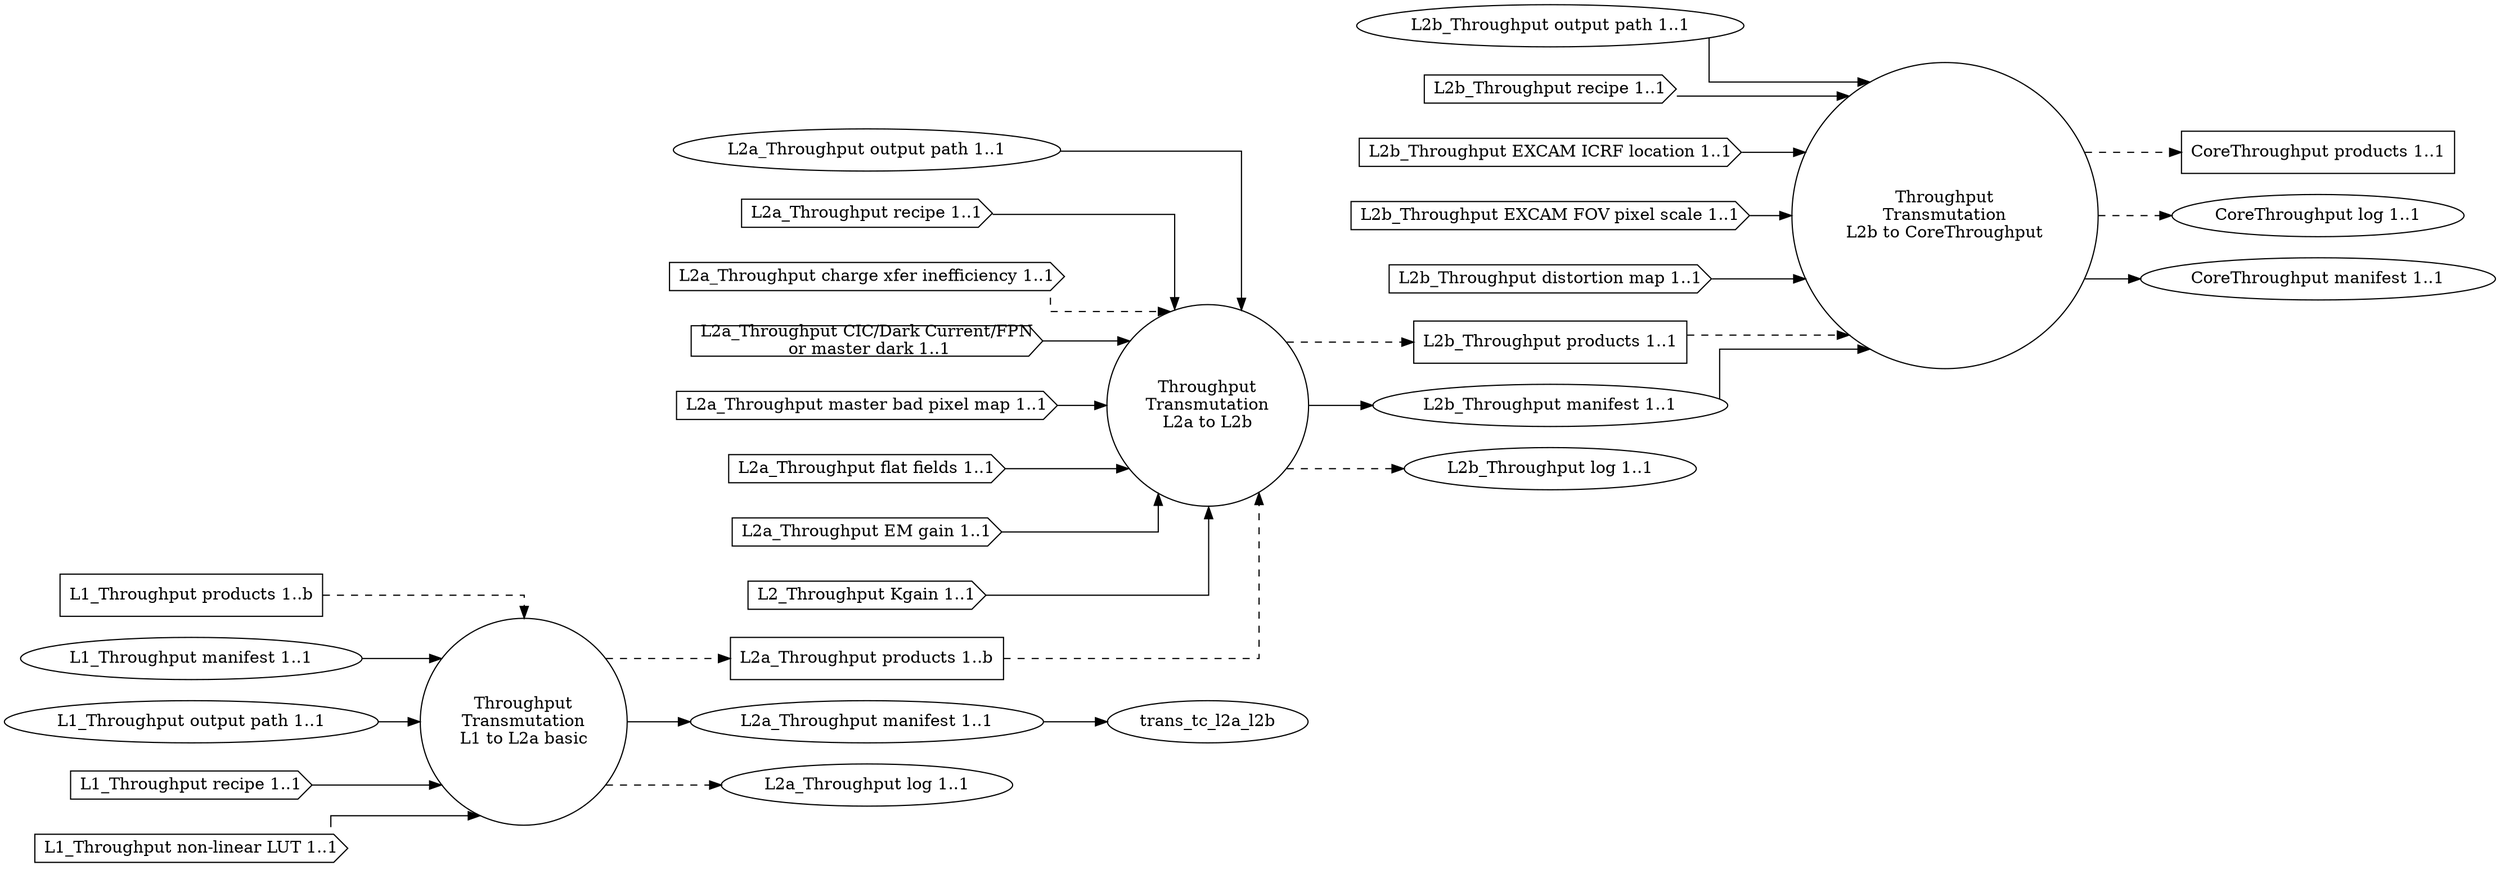
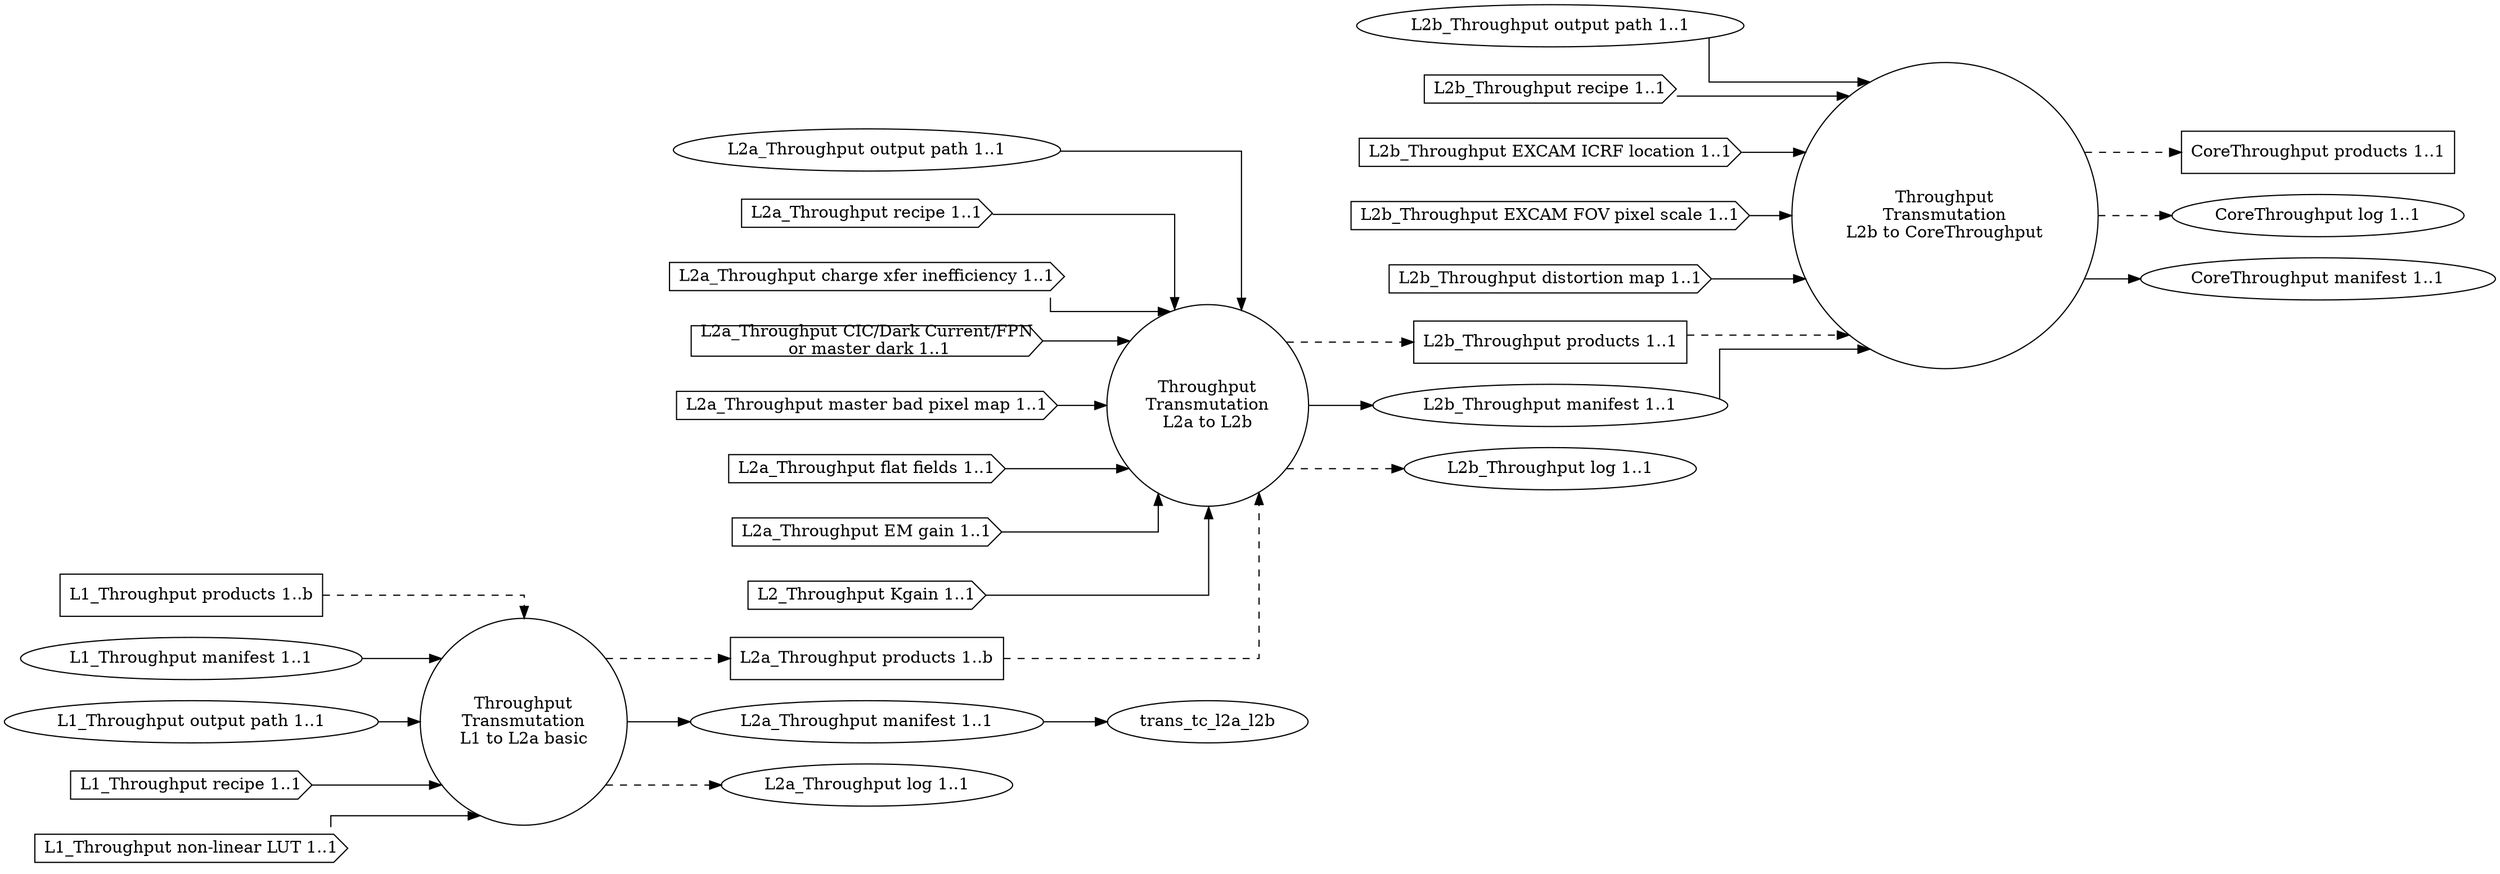
digraph Throughput
{
  graph [splines="ortho", rankdir=LR];

  trans_tp_l1_l2a_basic [label="Throughput\nTransmutation\nL1 to L2a basic", shape="circle"];
  trans_tp_l2a_l2b [label="Throughput\nTransmutation\nL2a to L2b", shape="circle"];
  trans_tp_l2b_ctp [label="Throughput\nTransmutation\nL2b to CoreThroughput", shape="circle"];

  l1_tp_prod [label="L1_Throughput products 1..b", shape="rectangle"];
  l1_tp_man [label="L1_Throughput manifest 1..1", shape="ellipse"];
  l1_tp_odir [label="L1_Throughput output path 1..1", shape="ellipse"];
  l1_tp_rec [label="L1_Throughput recipe 1..1", shape="cds"];
  l1_tp_nllut [label="L1_Throughput non-linear LUT 1..1", shape="cds"];

  l2a_tp_prod [label="L2a_Throughput products 1..b", shape="rectangle"];
  l2a_tp_man [label="L2a_Throughput manifest 1..1", shape="ellipse"];
  l2a_tp_odir [label="L2a_Throughput output path 1..1", shape="ellipse"];
  l2a_tp_rec [label="L2a_Throughput recipe 1..1", shape="cds"];
  l2a_tp_cti [label="L2a_Throughput charge xfer inefficiency 1..1", shape="cds"];
  l2a_tp_dnb [label="L2a_Throughput CIC/Dark Current/FPN\n or master dark 1..1", shape="cds"];
  l2a_tp_mbpm [label="L2a_Throughput master bad pixel map 1..1", shape="cds"];
  l2a_tp_ff [label="L2a_Throughput flat fields 1..1", shape="cds"];
  l2a_tp_emg [label="L2a_Throughput EM gain 1..1", shape="cds"];
  l2a_tp_kgain [label="L2_Throughput Kgain 1..1", shape="cds"];
  l2a_tp_log [label="L2a_Throughput log 1..1", shape="ellipse"];

  l2b_tp_prod [label="L2b_Throughput products 1..1", shape="rectangle"];
  l2b_tp_man [label="L2b_Throughput manifest 1..1", shape="ellipse"];
  l2b_tp_odir [label="L2b_Throughput output path 1..1", shape="ellipse"];
  l2b_tp_rec [label="L2b_Throughput recipe 1..1", shape="cds"];
  l2b_tp_excicrf [label="L2b_Throughput EXCAM ICRF location 1..1", shape="cds"];
  l2b_tp_excfovps [label="L2b_Throughput EXCAM FOV pixel scale 1..1", shape="cds"];
  l2b_tp_distm [label="L2b_Throughput distortion map 1..1", shape="cds"];
  l2b_tp_log [label="L2b_Throughput log 1..1", shape="ellipse"];

  ctp_prod [label="CoreThroughput products 1..1", shape="rectangle"];
  ctp_log [label="CoreThroughput log 1..1", shape="ellipse"];
  ctp_man [label="CoreThroughput manifest 1..1", shape="ellipse"];

  l1_tp_prod -> trans_tp_l1_l2a_basic [style="dashed"];
  l1_tp_man -> trans_tp_l1_l2a_basic;
  l1_tp_odir -> trans_tp_l1_l2a_basic;
  l1_tp_rec -> trans_tp_l1_l2a_basic;
  l1_tp_nllut -> trans_tp_l1_l2a_basic;

  trans_tp_l1_l2a_basic -> l2a_tp_prod [style="dashed"];
  trans_tp_l1_l2a_basic -> l2a_tp_man;
  trans_tp_l1_l2a_basic -> l2a_tp_log [style="dashed"];

  l2a_tp_prod -> trans_tp_l2a_l2b [style="dashed"];
  l2a_tp_kgain -> trans_tp_l2a_l2b;
  l2a_tp_odir -> trans_tp_l2a_l2b;
  l2a_tp_rec -> trans_tp_l2a_l2b;
-   l2a_tp_cti -> trans_tp_l2a_l2b [style="dashed"];
+   l2a_tp_cti -> trans_tp_l2a_l2b;
  l2a_tp_dnb -> trans_tp_l2a_l2b;
  l2a_tp_mbpm -> trans_tp_l2a_l2b;
  l2a_tp_ff -> trans_tp_l2a_l2b;
  l2a_tp_emg -> trans_tp_l2a_l2b;
  l2a_tp_man -> trans_tc_l2a_l2b;

  trans_tp_l2a_l2b -> l2b_tp_prod [style="dashed"];
  trans_tp_l2a_l2b -> l2b_tp_log [style="dashed"];
  trans_tp_l2a_l2b -> l2b_tp_man;

  l2b_tp_prod -> trans_tp_l2b_ctp [style="dashed"];
  l2b_tp_man -> trans_tp_l2b_ctp;
  l2b_tp_odir -> trans_tp_l2b_ctp;
  l2b_tp_rec -> trans_tp_l2b_ctp;
  l2b_tp_excicrf -> trans_tp_l2b_ctp;
  l2b_tp_excfovps -> trans_tp_l2b_ctp;
  l2b_tp_distm -> trans_tp_l2b_ctp;
  trans_tp_l2b_ctp -> ctp_prod [style="dashed"];
  trans_tp_l2b_ctp -> ctp_log [style="dashed"];
  trans_tp_l2b_ctp -> ctp_man;
}
